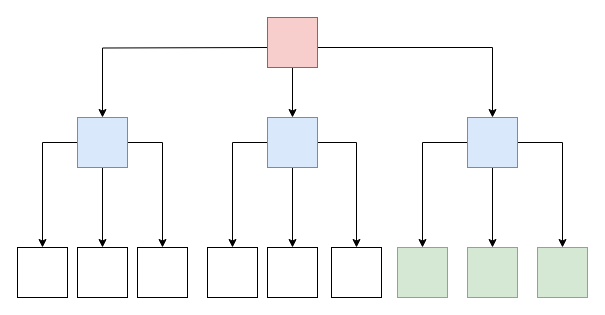
Before: Diagrama sem nome.drawio in flavioanjos/ImageBind, a draw.io diagram. Source tidied: cells renumbered, new cells numbered last; positions are measured from the earlier drawing's top-left corner, leaving out a move shared by most shapes. Both pictures are drawn from the tidied source at 100%, with x=0, y=0 at pixel (17, 17).
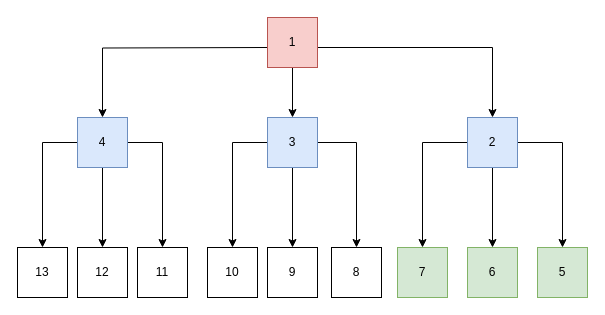
The same page after the edit.

What changed in the source:
```diff
@@
-    <mxCell id="5" style="whiteSpace=wrap;html=1;fillColor=#f8cecc;strokeColor=#b85450;" parent="1" vertex="1">
+    <mxCell id="5" value="1" style="whiteSpace=wrap;html=1;fillColor=#f8cecc;strokeColor=#b85450;" parent="1" vertex="1">
       <mxGeometry x="250" width="50" height="50" as="geometry" />
     </mxCell>
@@
-    <mxCell id="9" style="whiteSpace=wrap;html=1;fillColor=#dae8fc;strokeColor=#6c8ebf;" parent="1" vertex="1">
+    <mxCell id="9" value="4" style="whiteSpace=wrap;html=1;fillColor=#dae8fc;strokeColor=#6c8ebf;" parent="1" vertex="1">
       <mxGeometry x="60" y="100" width="50" height="50" as="geometry" />
     </mxCell>
@@
-    <mxCell id="13" style="whiteSpace=wrap;html=1;fillColor=#dae8fc;strokeColor=#6c8ebf;" parent="1" vertex="1">
+    <mxCell id="13" value="3" style="whiteSpace=wrap;html=1;fillColor=#dae8fc;strokeColor=#6c8ebf;" parent="1" vertex="1">
       <mxGeometry x="250" y="100" width="50" height="50" as="geometry" />
     </mxCell>
@@
-    <mxCell id="17" style="whiteSpace=wrap;html=1;fillColor=#dae8fc;strokeColor=#6c8ebf;" parent="1" vertex="1">
+    <mxCell id="17" value="2" style="whiteSpace=wrap;html=1;fillColor=#dae8fc;strokeColor=#6c8ebf;" parent="1" vertex="1">
       <mxGeometry x="450" y="100" width="50" height="50" as="geometry" />
     </mxCell>
-    <mxCell id="18" style="whiteSpace=wrap;html=1;" parent="1" vertex="1">
+    <mxCell id="18" value="13" style="whiteSpace=wrap;html=1;" parent="1" vertex="1">
       <mxGeometry y="230" width="50" height="50" as="geometry" />
     </mxCell>
-    <mxCell id="19" style="whiteSpace=wrap;html=1;" parent="1" vertex="1">
+    <mxCell id="19" value="12" style="whiteSpace=wrap;html=1;" parent="1" vertex="1">
       <mxGeometry x="60" y="230" width="50" height="50" as="geometry" />
     </mxCell>
-    <mxCell id="20" style="whiteSpace=wrap;html=1;" parent="1" vertex="1">
+    <mxCell id="20" value="11" style="whiteSpace=wrap;html=1;" parent="1" vertex="1">
       <mxGeometry x="120" y="230" width="50" height="50" as="geometry" />
     </mxCell>
-    <mxCell id="21" style="whiteSpace=wrap;html=1;" parent="1" vertex="1">
+    <mxCell id="21" value="10" style="whiteSpace=wrap;html=1;" parent="1" vertex="1">
       <mxGeometry x="190" y="230" width="50" height="50" as="geometry" />
     </mxCell>
-    <mxCell id="22" style="whiteSpace=wrap;html=1;" parent="1" vertex="1">
+    <mxCell id="22" value="9" style="whiteSpace=wrap;html=1;" parent="1" vertex="1">
       <mxGeometry x="250" y="230" width="50" height="50" as="geometry" />
     </mxCell>
-    <mxCell id="23" style="whiteSpace=wrap;html=1;" parent="1" vertex="1">
+    <mxCell id="23" value="8" style="whiteSpace=wrap;html=1;" parent="1" vertex="1">
       <mxGeometry x="314" y="230" width="50" height="50" as="geometry" />
     </mxCell>
-    <mxCell id="24" style="whiteSpace=wrap;html=1;fillColor=#d5e8d4;strokeColor=#82b366;" parent="1" vertex="1">
+    <mxCell id="24" value="7" style="whiteSpace=wrap;html=1;fillColor=#d5e8d4;strokeColor=#82b366;" parent="1" vertex="1">
       <mxGeometry x="380" y="230" width="50" height="50" as="geometry" />
     </mxCell>
-    <mxCell id="25" style="whiteSpace=wrap;html=1;fillColor=#d5e8d4;strokeColor=#82b366;" parent="1" vertex="1">
+    <mxCell id="25" value="6" style="whiteSpace=wrap;html=1;fillColor=#d5e8d4;strokeColor=#82b366;" parent="1" vertex="1">
       <mxGeometry x="450" y="230" width="50" height="50" as="geometry" />
     </mxCell>
-    <mxCell id="26" style="whiteSpace=wrap;html=1;fillColor=#d5e8d4;strokeColor=#82b366;" parent="1" vertex="1">
+    <mxCell id="26" value="5" style="whiteSpace=wrap;html=1;fillColor=#d5e8d4;strokeColor=#82b366;" parent="1" vertex="1">
       <mxGeometry x="520" y="230" width="50" height="50" as="geometry" />
     </mxCell>
```
